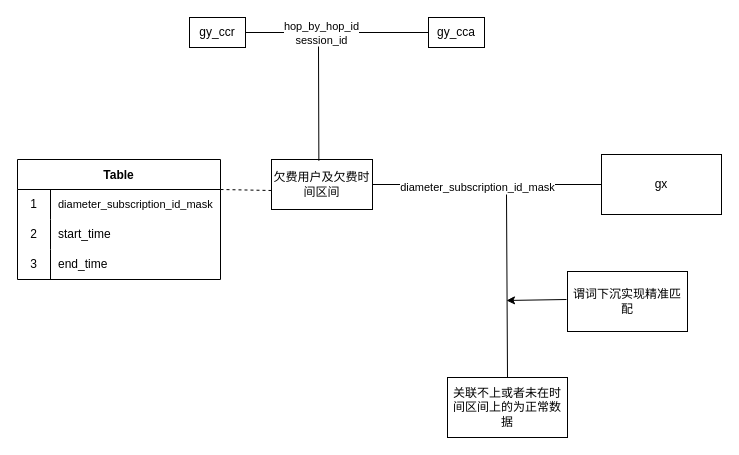
Earlier version of the draw.io diagram Untitled Diagram.drawio (LZF0908/demo2). Source tidied: cells renumbered, new cells numbered last; positions are measured from the earlier drawing's top-left corner, leaving out a move shared by most shapes. Both pictures are drawn from the tidied source at 100%, with x=0, y=0 at pixel (17, 17).
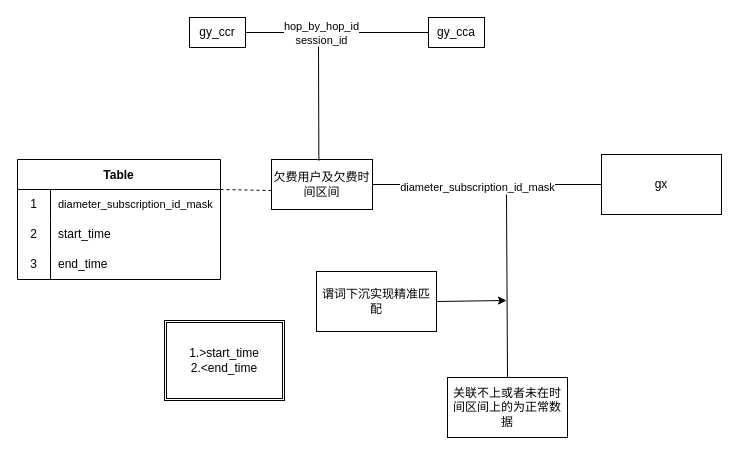
Above is the later version.

Diff of the diagram source:
```diff
@@
     <mxCell id="13" value="谓词下沉实现精准匹配" style="rounded=0;whiteSpace=wrap;html=1;" parent="1" vertex="1">
-      <mxGeometry x="550" y="254" width="120" height="60" as="geometry" />
+      <mxGeometry x="299" y="254" width="120" height="60" as="geometry" />
     </mxCell>
-    <mxCell id="14" style="endArrow=classic;html=1;rounded=0;" parent="1" edge="1">
+    <mxCell id="14" style="endArrow=classic;html=1;rounded=0;exitX=1;exitY=0.5;exitDx=0;exitDy=0;" parent="1" edge="1" source="13">
       <mxGeometry relative="1" as="geometry">
-        <mxPoint x="549" y="282" as="sourcePoint" />
         <mxPoint x="489" y="283" as="targetPoint" />
       </mxGeometry>
     </mxCell>
@@
+    <mxCell id="26" value="1.&amp;gt;start_time&lt;br&gt;2.&amp;lt;end_time" style="shape=ext;double=1;rounded=0;whiteSpace=wrap;html=1;" parent="1" vertex="1">
+      <mxGeometry x="147" y="303" width="120" height="80" as="geometry" />
+    </mxCell>
```
